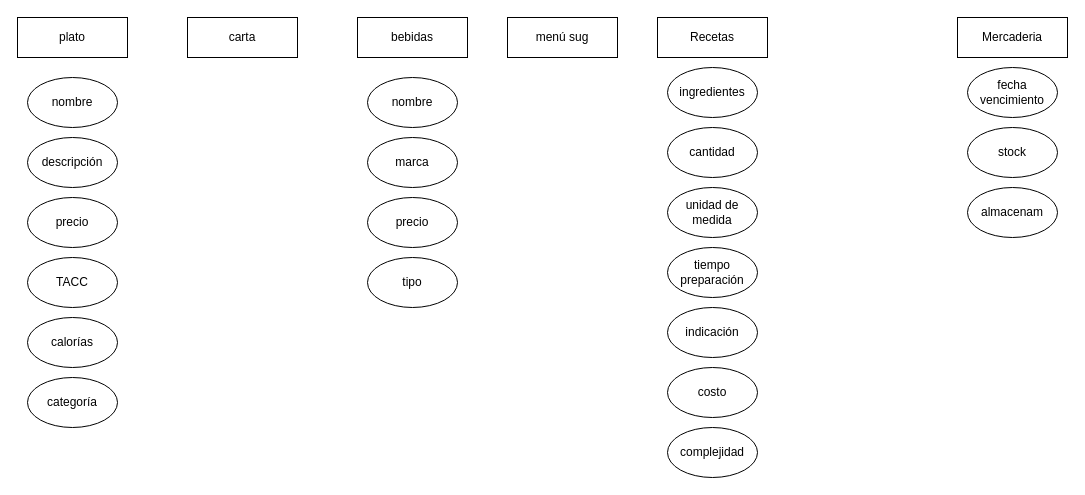
Before: page "Page-1" (1 of 2) of Untitled Diagram.drawio in manuvelloso/BaseDatos, a draw.io diagram. Source tidied: cells renumbered, new cells numbered last; positions are measured from the earlier drawing's top-left corner, leaving out a move shared by most shapes. Both pictures are drawn from the tidied source at 100%, with x=0, y=0 at pixel (17, 17).
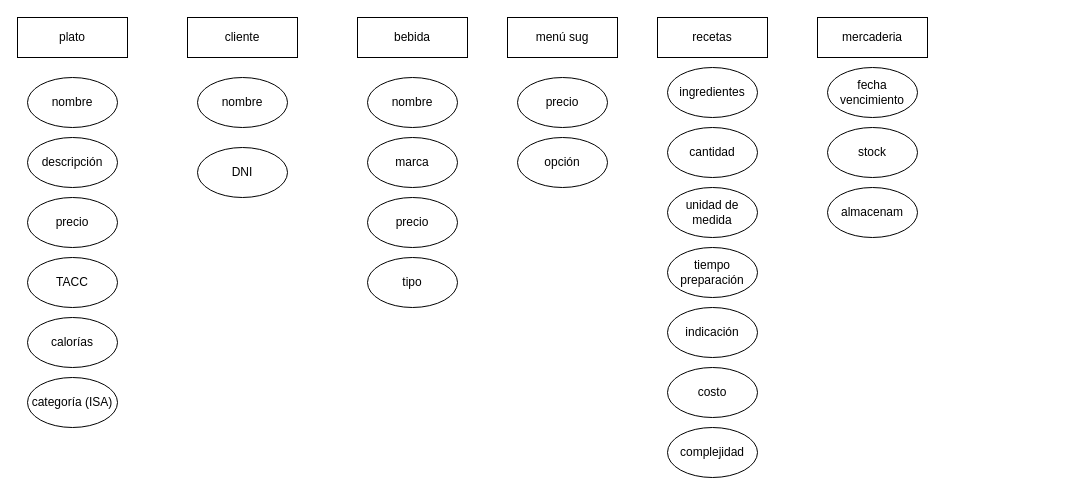
The same page after the edit.

Diff of the diagram source:
```diff
@@
-    <mxCell id="8" value="carta" style="rounded=0;whiteSpace=wrap;html=1;" parent="1" vertex="1">
+    <mxCell id="8" value="cliente" style="rounded=0;whiteSpace=wrap;html=1;" parent="1" vertex="1">
       <mxGeometry x="170" width="110" height="40" as="geometry" />
     </mxCell>
-    <mxCell id="9" value="bebidas" style="rounded=0;whiteSpace=wrap;html=1;" parent="1" vertex="1">
+    <mxCell id="9" value="bebida" style="rounded=0;whiteSpace=wrap;html=1;" parent="1" vertex="1">
       <mxGeometry x="340" width="110" height="40" as="geometry" />
     </mxCell>
-    <mxCell id="10" value="categoría" style="ellipse;whiteSpace=wrap;html=1;" parent="1" vertex="1">
+    <mxCell id="10" value="categoría (ISA)" style="ellipse;whiteSpace=wrap;html=1;" parent="1" vertex="1">
       <mxGeometry x="10" y="360" width="90" height="50" as="geometry" />
     </mxCell>
@@
-    <mxCell id="12" value="Recetas" style="rounded=0;whiteSpace=wrap;html=1;" parent="1" vertex="1">
+    <mxCell id="12" value="recetas" style="rounded=0;whiteSpace=wrap;html=1;" parent="1" vertex="1">
       <mxGeometry x="640" width="110" height="40" as="geometry" />
     </mxCell>
@@
     <mxCell id="20" value="stock" style="ellipse;whiteSpace=wrap;html=1;" parent="1" vertex="1">
-      <mxGeometry x="950" y="110" width="90" height="50" as="geometry" />
+      <mxGeometry x="810" y="110" width="90" height="50" as="geometry" />
     </mxCell>
     <mxCell id="21" value="fecha vencimiento" style="ellipse;whiteSpace=wrap;html=1;" parent="1" vertex="1">
-      <mxGeometry x="950" y="50" width="90" height="50" as="geometry" />
+      <mxGeometry x="810" y="50" width="90" height="50" as="geometry" />
     </mxCell>
-    <mxCell id="22" value="Mercaderia" style="rounded=0;whiteSpace=wrap;html=1;" parent="1" vertex="1">
-      <mxGeometry x="940" width="110" height="40" as="geometry" />
+    <mxCell id="22" value="mercaderia" style="rounded=0;whiteSpace=wrap;html=1;" parent="1" vertex="1">
+      <mxGeometry x="800" width="110" height="40" as="geometry" />
     </mxCell>
     <mxCell id="23" value="almacenam" style="ellipse;whiteSpace=wrap;html=1;" parent="1" vertex="1">
-      <mxGeometry x="950" y="170" width="90" height="50" as="geometry" />
+      <mxGeometry x="810" y="170" width="90" height="50" as="geometry" />
     </mxCell>
@@
+    <mxCell id="28" value="precio" style="ellipse;whiteSpace=wrap;html=1;" parent="1" vertex="1">
+      <mxGeometry x="500" y="60" width="90" height="50" as="geometry" />
+    </mxCell>
+    <mxCell id="29" value="opción" style="ellipse;whiteSpace=wrap;html=1;" parent="1" vertex="1">
+      <mxGeometry x="500" y="120" width="90" height="50" as="geometry" />
+    </mxCell>
+    <mxCell id="30" value="nombre" style="ellipse;whiteSpace=wrap;html=1;" parent="1" vertex="1">
+      <mxGeometry x="180" y="60" width="90" height="50" as="geometry" />
+    </mxCell>
+    <mxCell id="31" value="DNI" style="ellipse;whiteSpace=wrap;html=1;" parent="1" vertex="1">
+      <mxGeometry x="180" y="130" width="90" height="50" as="geometry" />
+    </mxCell>
```
